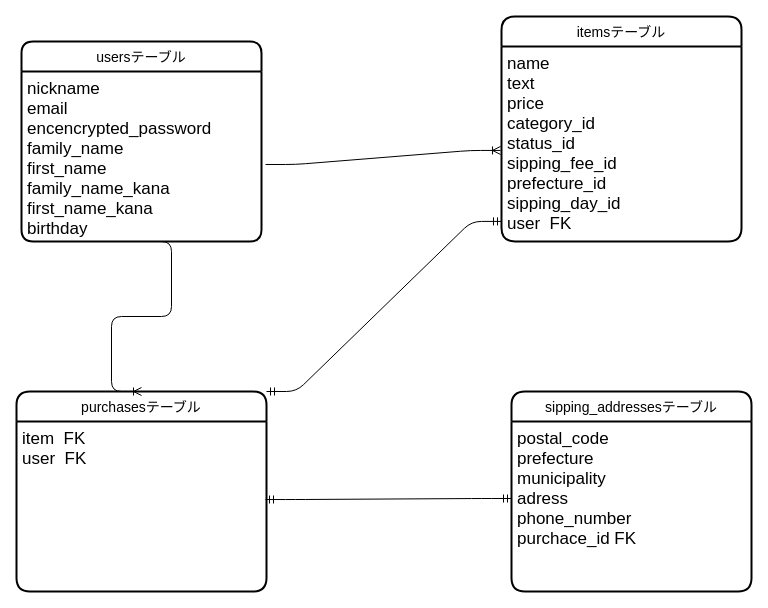
Before: .dio in kakeru-takakusaki/furima-34512, a draw.io diagram. Source tidied: cells renumbered, new cells numbered last; positions are measured from the earlier drawing's top-left corner, leaving out a move shared by most shapes. Both pictures are drawn from the tidied source at 100%, with x=0, y=0 at pixel (16, 16).
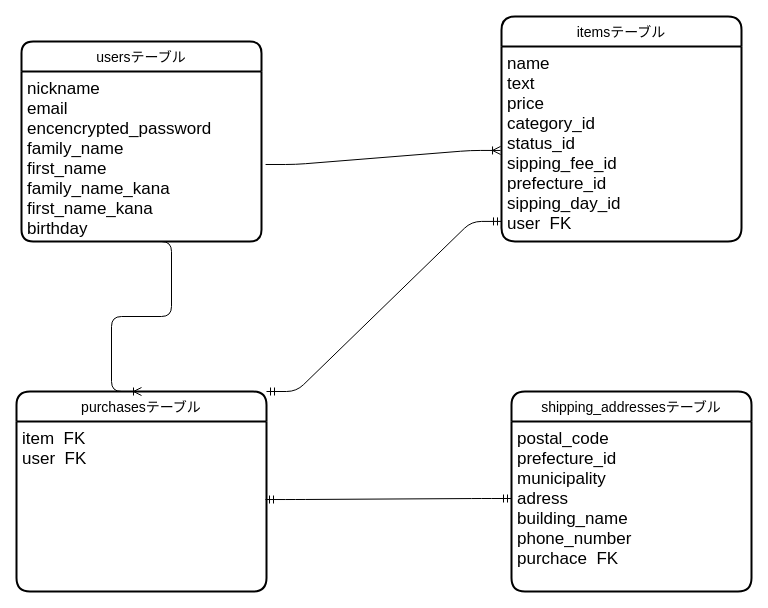
The same page after the edit.

Commit message (it also covers changes not shown here):
スペルの修正

Diff of the diagram source:
```diff
@@
 <mxGraphModel>
   <root>
     <mxCell id="0" />
     <mxCell id="1" parent="0" />
     <mxCell id="2" value="usersテーブル" style="swimlane;horizontal=1;startSize=30;rounded=1;fontSize=14;fontStyle=0;strokeWidth=2;shadow=0;dashed=0;align=center;arcSize=13;" parent="1" vertex="1">
       <mxGeometry x="5" y="25" width="240" height="200" as="geometry" />
     </mxCell>
     <mxCell id="3" value="nickname&#10;email&#10;encencrypted_password&#10;family_name&#10;first_name&#10;family_name_kana&#10;first_name_kana&#10;birthday" style="align=left;strokeColor=none;fillColor=none;spacingLeft=4;fontSize=17;verticalAlign=top;" parent="2" vertex="1">
       <mxGeometry y="30" width="240" height="170" as="geometry" />
     </mxCell>
     <mxCell id="4" value="itemsテーブル" style="swimlane;horizontal=1;startSize=30;rounded=1;fontSize=14;fontStyle=0;strokeWidth=2;shadow=0;dashed=0;align=center;" parent="1" vertex="1">
       <mxGeometry x="485" width="240" height="225" as="geometry" />
     </mxCell>
     <mxCell id="5" value="name&#10;text&#10;price&#10;category_id&#10;status_id&#10;sipping_fee_id&#10;prefecture_id&#10;sipping_day_id&#10;user  FK" style="align=left;strokeColor=none;fillColor=none;spacingLeft=4;fontSize=17;verticalAlign=top;" parent="4" vertex="1">
       <mxGeometry y="30" width="240" height="195" as="geometry" />
     </mxCell>
-    <mxCell id="6" value="sipping_addressesテーブル" style="swimlane;horizontal=1;startSize=30;rounded=1;fontSize=14;fontStyle=0;strokeWidth=2;shadow=0;dashed=0;align=center;" parent="1" vertex="1">
+    <mxCell id="6" value="shipping_addressesテーブル" style="swimlane;horizontal=1;startSize=30;rounded=1;fontSize=14;fontStyle=0;strokeWidth=2;shadow=0;dashed=0;align=center;" parent="1" vertex="1">
       <mxGeometry x="495" y="375" width="240" height="200" as="geometry" />
     </mxCell>
-    <mxCell id="7" value="postal_code&#10;prefecture&#10;municipality&#10;adress&#10;phone_number&#10;purchace_id FK" style="align=left;strokeColor=none;fillColor=none;spacingLeft=4;fontSize=17;verticalAlign=top;" parent="6" vertex="1">
+    <mxCell id="7" value="postal_code&#10;prefecture_id&#10;municipality&#10;adress&#10;building_name&#10;phone_number&#10;purchace  FK" style="align=left;strokeColor=none;fillColor=none;spacingLeft=4;fontSize=17;verticalAlign=top;" parent="6" vertex="1">
       <mxGeometry y="30" width="240" height="170" as="geometry" />
     </mxCell>
     <mxCell id="8" value="purchasesテーブル" style="swimlane;horizontal=1;startSize=30;rounded=1;fontSize=14;fontStyle=0;strokeWidth=2;shadow=0;dashed=0;align=center;" parent="1" vertex="1">
       <mxGeometry y="375" width="250" height="200" as="geometry" />
     </mxCell>
     <mxCell id="9" value="item  FK&#10;user  FK" style="align=left;strokeColor=none;fillColor=none;spacingLeft=4;fontSize=17;verticalAlign=top;" parent="8" vertex="1">
       <mxGeometry y="30" width="250" height="170" as="geometry" />
     </mxCell>
     <mxCell id="10" style="edgeStyle=entityRelationEdgeStyle;fontSize=17;html=1;endArrow=ERoneToMany;exitX=1.017;exitY=0.547;exitDx=0;exitDy=0;exitPerimeter=0;entryX=-0.004;entryY=0.533;entryDx=0;entryDy=0;entryPerimeter=0;" parent="1" edge="1" source="3" target="5">
       <mxGeometry relative="1" as="geometry" />
     </mxCell>
     <mxCell id="11" style="edgeStyle=entityRelationEdgeStyle;fontSize=12;html=1;endArrow=ERoneToMany;exitX=0.5;exitY=1;exitDx=0;exitDy=0;entryX=0.5;entryY=0;entryDx=0;entryDy=0;" parent="1" edge="1" source="3" target="8">
       <mxGeometry relative="1" as="geometry" />
     </mxCell>
     <mxCell id="12" style="edgeStyle=entityRelationEdgeStyle;fontSize=12;html=1;endArrow=ERmandOne;startArrow=ERmandOne;exitX=1;exitY=0;exitDx=0;exitDy=0;entryX=0;entryY=0.897;entryDx=0;entryDy=0;entryPerimeter=0;" parent="1" edge="1" source="8" target="5">
       <mxGeometry relative="1" as="geometry" />
     </mxCell>
     <mxCell id="13" style="edgeStyle=entityRelationEdgeStyle;fontSize=12;html=1;endArrow=ERmandOne;startArrow=ERmandOne;exitX=0.996;exitY=0.459;exitDx=0;exitDy=0;exitPerimeter=0;" parent="1" edge="1" source="9">
       <mxGeometry relative="1" as="geometry">
         <mxPoint x="495" y="482" as="targetPoint" />
       </mxGeometry>
     </mxCell>
   </root>
 </mxGraphModel>
```
